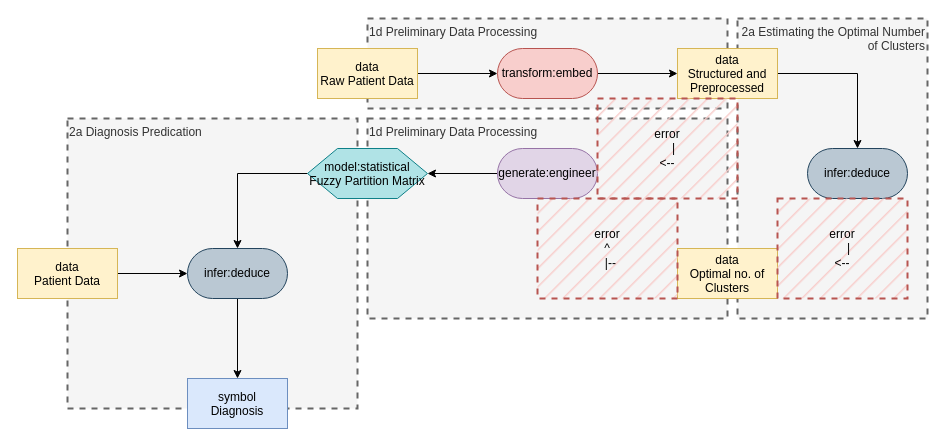
zonnesmit/thesis keeps this draw.io diagram as page "Page-1" (1 of 2) of medical patterns to boxologies/Rule-Based Method pre-processes input data for ML Prediction (RBML)/A hybrid fuzzy clustering approach for diagnosing primary headache disorder.drawio. Above is the earlier version. Source tidied: cells renumbered, new cells numbered last; positions are measured from the earlier drawing's top-left corner, leaving out a move shared by most shapes. Both pictures are drawn from the tidied source at 100%, with x=0, y=0 at pixel (17, 18).
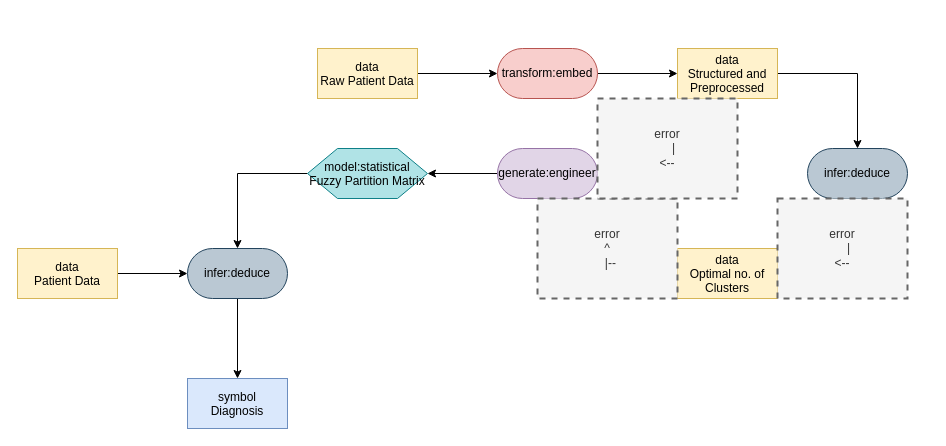
The same diagram, later.

Diff of the diagram source:
```diff
@@
-    <mxCell id="2" value="2a Diagnosis Predication" style="text;html=1;align=left;verticalAlign=top;whiteSpace=wrap;rounded=0;dashed=1;fillColor=#f5f5f5;fontColor=#333333;strokeColor=#666666;strokeWidth=2;" parent="1" vertex="1">
-      <mxGeometry x="50" y="100" width="290" height="290" as="geometry" />
-    </mxCell>
-    <mxCell id="3" value="1d Preliminary Data Processing" style="text;html=1;align=left;verticalAlign=top;whiteSpace=wrap;rounded=0;dashed=1;fillColor=#f5f5f5;fontColor=#333333;strokeColor=#666666;strokeWidth=2;" parent="1" vertex="1">
-      <mxGeometry x="350" y="100" width="360" height="200" as="geometry" />
-    </mxCell>
-    <mxCell id="4" value="&lt;div align=&quot;right&quot;&gt;2a Estimating the Optimal Number of Clusters&lt;/div&gt;" style="text;html=1;align=right;verticalAlign=top;whiteSpace=wrap;rounded=0;dashed=1;fillColor=#f5f5f5;fontColor=#333333;strokeColor=#666666;strokeWidth=2;" parent="1" vertex="1">
-      <mxGeometry x="720" width="190" height="300" as="geometry" />
-    </mxCell>
-    <mxCell id="5" value="1d Preliminary Data Processing" style="text;html=1;align=left;verticalAlign=top;whiteSpace=wrap;rounded=0;dashed=1;fillColor=#f5f5f5;fontColor=#333333;strokeColor=#666666;strokeWidth=2;" parent="1" vertex="1">
-      <mxGeometry x="350" width="360" height="90" as="geometry" />
-    </mxCell>
@@
-    <mxCell id="14" value="&lt;div&gt;error&lt;/div&gt;&lt;div&gt;&amp;nbsp;&amp;nbsp;&amp;nbsp; |&lt;/div&gt;&lt;div&gt;&amp;lt;--&lt;/div&gt;" style="text;html=1;align=center;verticalAlign=middle;whiteSpace=wrap;rounded=0;dashed=1;fillColor=#f8cecc;strokeColor=#b85450;strokeWidth=2;fillStyle=hatch;" parent="1" vertex="1">
+    <mxCell id="14" value="&lt;div&gt;error&lt;/div&gt;&lt;div&gt;&amp;nbsp;&amp;nbsp;&amp;nbsp; |&lt;/div&gt;&lt;div&gt;&amp;lt;--&lt;/div&gt;" style="text;html=1;align=center;verticalAlign=middle;whiteSpace=wrap;rounded=0;dashed=1;fillColor=#f5f5f5;strokeColor=#666666;strokeWidth=2;fillStyle=auto;fontColor=#333333;" parent="1" vertex="1">
       <mxGeometry x="760" y="180" width="130" height="100" as="geometry" />
     </mxCell>
@@
-    <mxCell id="17" value="&lt;div&gt;error&lt;/div&gt;&lt;div&gt;^&lt;/div&gt;&lt;div&gt;&amp;nbsp; |--&lt;/div&gt;" style="text;html=1;align=center;verticalAlign=middle;whiteSpace=wrap;rounded=0;dashed=1;fillColor=#f8cecc;strokeColor=#b85450;strokeWidth=2;textDirection=ltr;fillStyle=hatch;" parent="1" vertex="1">
+    <mxCell id="17" value="&lt;div&gt;error&lt;/div&gt;&lt;div&gt;^&lt;/div&gt;&lt;div&gt;&amp;nbsp; |--&lt;/div&gt;" style="text;html=1;align=center;verticalAlign=middle;whiteSpace=wrap;rounded=0;dashed=1;fillColor=#f5f5f5;strokeColor=#666666;strokeWidth=2;textDirection=ltr;fillStyle=auto;fontColor=#333333;" parent="1" vertex="1">
       <mxGeometry x="520" y="180" width="140" height="100" as="geometry" />
     </mxCell>
-    <mxCell id="18" value="&lt;div&gt;error&lt;/div&gt;&lt;div&gt;&amp;nbsp;&amp;nbsp;&amp;nbsp; |&lt;/div&gt;&lt;div&gt;&amp;lt;--&lt;/div&gt;" style="text;html=1;align=center;verticalAlign=middle;whiteSpace=wrap;rounded=0;dashed=1;fillColor=#f8cecc;strokeColor=#b85450;strokeWidth=2;shadow=0;glass=0;fillStyle=hatch;" parent="1" vertex="1">
+    <mxCell id="18" value="&lt;div&gt;error&lt;/div&gt;&lt;div&gt;&amp;nbsp;&amp;nbsp;&amp;nbsp; |&lt;/div&gt;&lt;div&gt;&amp;lt;--&lt;/div&gt;" style="text;html=1;align=center;verticalAlign=middle;whiteSpace=wrap;rounded=0;dashed=1;fillColor=#f5f5f5;strokeColor=#666666;strokeWidth=2;shadow=0;glass=0;fillStyle=auto;fontColor=#333333;" parent="1" vertex="1">
       <mxGeometry x="580" y="80" width="140" height="100" as="geometry" />
     </mxCell>
```
